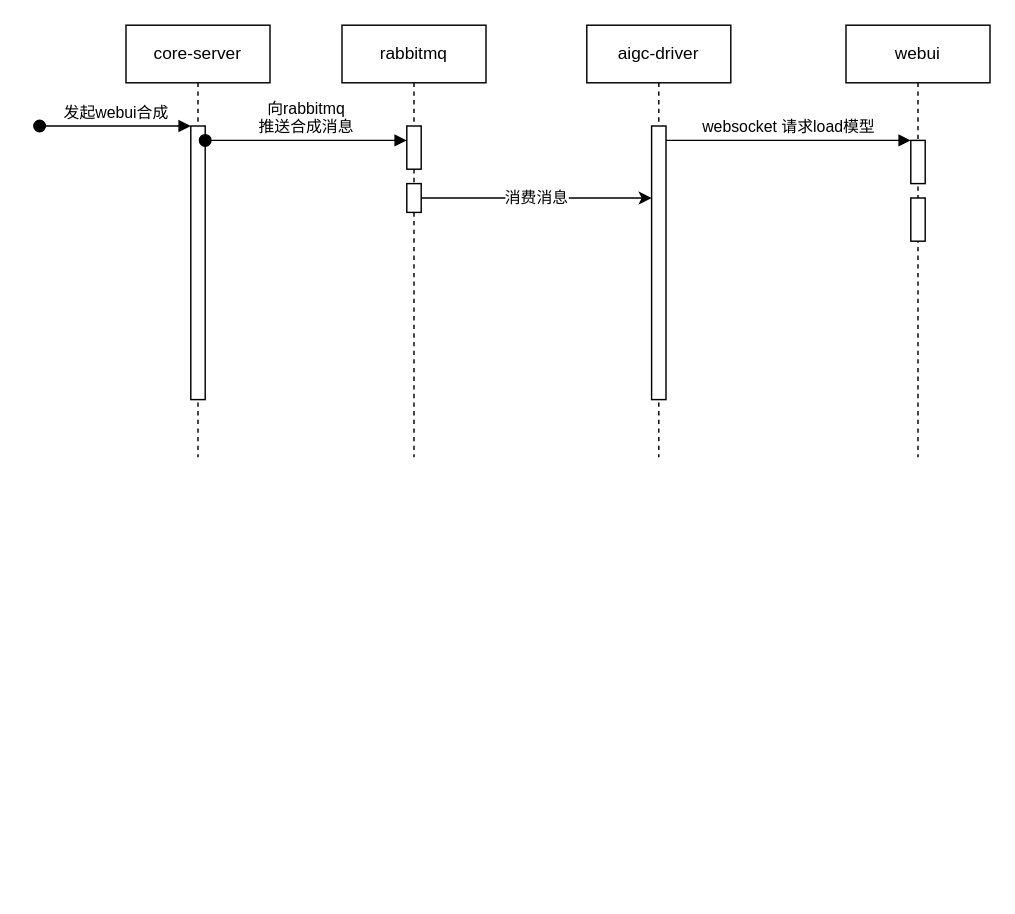
milletzhu/datasource keeps this draw.io diagram as aigc-driver-webui.drawio. Above is the earlier version. Source tidied: cells renumbered, new cells numbered last; positions are measured from the earlier drawing's top-left corner, leaving out a move shared by most shapes. Both pictures are drawn from the tidied source at 144%, with x=0, y=0 at pixel (39, 24).
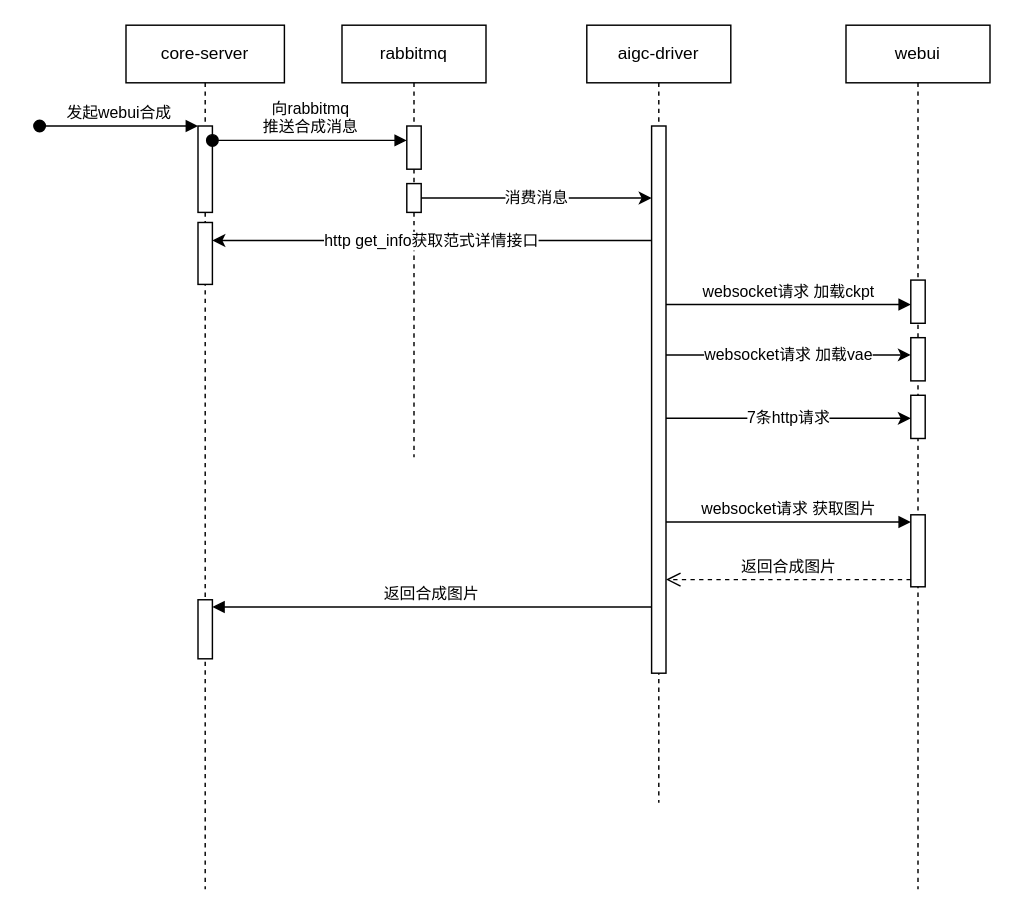
The same page after the edit.

Change to the diagram source:
```diff
@@
     <mxCell id="2" value="aigc-driver" style="shape=umlLifeline;perimeter=lifelinePerimeter;whiteSpace=wrap;html=1;newEdgeStyle={&quot;edgeStyle&quot;:&quot;elbowEdgeStyle&quot;,&quot;elbow&quot;:&quot;vertical&quot;,&quot;curved&quot;:0,&quot;rounded&quot;:0};" parent="1" vertex="1">
-      <mxGeometry x="380" width="100" height="300" as="geometry" />
+      <mxGeometry x="380" width="100" height="540" as="geometry" />
     </mxCell>
     <mxCell id="3" style="html=1;points=[];perimeter=orthogonalPerimeter;outlineConnect=0;targetShapes=umlLifeline;portConstraint=eastwest;newEdgeStyle={&quot;edgeStyle&quot;:&quot;elbowEdgeStyle&quot;,&quot;elbow&quot;:&quot;vertical&quot;,&quot;curved&quot;:0,&quot;rounded&quot;:0};" parent="2" vertex="1">
-      <mxGeometry x="45" y="70" width="10" height="190" as="geometry" />
+      <mxGeometry x="45" y="70" width="10" height="380" as="geometry" />
     </mxCell>
     <mxCell id="4" value="webui" style="shape=umlLifeline;perimeter=lifelinePerimeter;whiteSpace=wrap;html=1;newEdgeStyle={&quot;edgeStyle&quot;:&quot;elbowEdgeStyle&quot;,&quot;elbow&quot;:&quot;vertical&quot;,&quot;curved&quot;:0,&quot;rounded&quot;:0};" parent="1" vertex="1">
-      <mxGeometry x="560" width="100" height="300" as="geometry" />
+      <mxGeometry x="560" width="100" height="600" as="geometry" />
     </mxCell>
     <mxCell id="5" style="html=1;points=[];perimeter=orthogonalPerimeter;outlineConnect=0;targetShapes=umlLifeline;portConstraint=eastwest;newEdgeStyle={&quot;edgeStyle&quot;:&quot;elbowEdgeStyle&quot;,&quot;elbow&quot;:&quot;vertical&quot;,&quot;curved&quot;:0,&quot;rounded&quot;:0};" parent="4" vertex="1">
-      <mxGeometry x="45" y="80" width="10" height="30" as="geometry" />
+      <mxGeometry x="45" y="177" width="10" height="30" as="geometry" />
     </mxCell>
     <mxCell id="6" style="html=1;perimeter=orthogonalPerimeter;targetShapes=umlLifeline;newEdgeStyle={&quot;edgeStyle&quot;:&quot;elbowEdgeStyle&quot;,&quot;elbow&quot;:&quot;vertical&quot;,&quot;curved&quot;:0,&quot;rounded&quot;:0};" parent="4" vertex="1">
-      <mxGeometry x="45" y="120" width="10" height="30" as="geometry" />
+      <mxGeometry x="45" y="217" width="10" height="30" as="geometry" />
     </mxCell>
+    <mxCell id="16" style="html=1;perimeter=orthogonalPerimeter;targetShapes=umlLifeline;newEdgeStyle={&quot;edgeStyle&quot;:&quot;elbowEdgeStyle&quot;,&quot;elbow&quot;:&quot;vertical&quot;,&quot;curved&quot;:0,&quot;rounded&quot;:0};" parent="4" vertex="1">
+      <mxGeometry x="45" y="257" width="10" height="30" as="geometry" />
+    </mxCell>
+    <mxCell id="17" style="html=1;points=[[0,0,0,0,5],[0,1,0,0,-5],[1,0,0,0,5],[1,1,0,0,-5]];perimeter=orthogonalPerimeter;outlineConnect=0;targetShapes=umlLifeline;portConstraint=eastwest;newEdgeStyle={&quot;curved&quot;:0,&quot;rounded&quot;:0};" parent="4" vertex="1">
+      <mxGeometry x="45" y="340" width="10" height="50" as="geometry" />
+    </mxCell>
-    <mxCell id="7" value="websocket 请求load模型" style="html=1;verticalAlign=bottom;endArrow=block;edgeStyle=elbowEdgeStyle;elbow=vertical;curved=0;rounded=0;" parent="1" edge="1" source="3" target="5">
+    <mxCell id="7" value="websocket请求 加载ckpt" style="html=1;verticalAlign=bottom;endArrow=block;edgeStyle=elbowEdgeStyle;elbow=vertical;curved=0;rounded=0;" parent="1" edge="1">
       <mxGeometry relative="1" as="geometry">
+        <mxPoint x="435" y="194" as="sourcePoint" />
+        <mxPoint x="605" y="194" as="targetPoint" />
         <Array as="points">
-          <mxPoint x="520" y="80" />
+          <mxPoint x="520" y="194" />
         </Array>
       </mxGeometry>
     </mxCell>
@@
     <mxCell id="11" value="core-server" style="shape=umlLifeline;perimeter=lifelinePerimeter;whiteSpace=wrap;html=1;newEdgeStyle={&quot;edgeStyle&quot;:&quot;elbowEdgeStyle&quot;,&quot;elbow&quot;:&quot;vertical&quot;,&quot;curved&quot;:0,&quot;rounded&quot;:0};" parent="1" vertex="1">
-      <mxGeometry x="60" width="100" height="300" as="geometry" />
+      <mxGeometry x="60" width="110" height="600" as="geometry" />
     </mxCell>
     <mxCell id="12" style="html=1;points=[];perimeter=orthogonalPerimeter;outlineConnect=0;targetShapes=umlLifeline;portConstraint=eastwest;newEdgeStyle={&quot;edgeStyle&quot;:&quot;elbowEdgeStyle&quot;,&quot;elbow&quot;:&quot;vertical&quot;,&quot;curved&quot;:0,&quot;rounded&quot;:0};" parent="11" vertex="1">
-      <mxGeometry x="45" y="70" width="10" height="190" as="geometry" />
+      <mxGeometry x="50" y="70" width="10" height="60" as="geometry" />
     </mxCell>
@@
+    <mxCell id="18" style="html=1;points=[[0,0,0,0,5],[0,1,0,0,-5],[1,0,0,0,5],[1,1,0,0,-5]];perimeter=orthogonalPerimeter;outlineConnect=0;targetShapes=umlLifeline;portConstraint=eastwest;newEdgeStyle={&quot;curved&quot;:0,&quot;rounded&quot;:0};" parent="11" vertex="1">
+      <mxGeometry x="50" y="137" width="10" height="43" as="geometry" />
+    </mxCell>
+    <mxCell id="19" style="html=1;points=[[0,0,0,0,5],[0,1,0,0,-5],[1,0,0,0,5],[1,1,0,0,-5]];perimeter=orthogonalPerimeter;outlineConnect=0;targetShapes=umlLifeline;portConstraint=eastwest;newEdgeStyle={&quot;curved&quot;:0,&quot;rounded&quot;:0};" parent="11" vertex="1">
+      <mxGeometry x="50" y="399" width="10" height="41" as="geometry" />
+    </mxCell>
-    <mxCell id="14" value="向rabbitmq&lt;br&gt;推送合成消息" style="html=1;verticalAlign=bottom;startArrow=oval;endArrow=block;startSize=8;edgeStyle=elbowEdgeStyle;elbow=vertical;curved=0;rounded=0;" parent="1" edge="1">
+    <mxCell id="14" value="向rabbitmq&lt;br&gt;推送合成消息" style="html=1;verticalAlign=bottom;startArrow=oval;endArrow=block;startSize=8;edgeStyle=elbowEdgeStyle;elbow=vertical;curved=0;rounded=0;" parent="1" edge="1" source="12">
       <mxGeometry relative="1" as="geometry">
-        <mxPoint x="115" y="80" as="sourcePoint" />
         <mxPoint x="255" y="80" as="targetPoint" />
       </mxGeometry>
     </mxCell>
@@
+    <mxCell id="20" value="websocket请求 加载vae" style="endArrow=classic;html=1;rounded=0;" parent="1" edge="1">
+      <mxGeometry relative="1" as="geometry">
+        <mxPoint x="435" y="229" as="sourcePoint" />
+        <mxPoint x="605" y="229" as="targetPoint" />
+      </mxGeometry>
+    </mxCell>
+    <mxCell id="21" value="7条http请求" style="endArrow=classic;html=1;rounded=0;" parent="1" edge="1">
+      <mxGeometry relative="1" as="geometry">
+        <mxPoint x="435" y="273" as="sourcePoint" />
+        <mxPoint x="605" y="273" as="targetPoint" />
+      </mxGeometry>
+    </mxCell>
+    <mxCell id="22" value="http get_info获取范式详情接口" style="endArrow=classic;html=1;rounded=0;" parent="1" edge="1" target="18">
+      <mxGeometry relative="1" as="geometry">
+        <mxPoint x="425" y="149.5" as="sourcePoint" />
+      </mxGeometry>
+    </mxCell>
+    <mxCell id="23" value="websocket请求 获取图片" style="html=1;verticalAlign=bottom;endArrow=block;curved=0;rounded=0;entryX=0;entryY=0;entryDx=0;entryDy=5;" parent="1" edge="1" source="3" target="17">
+      <mxGeometry relative="1" as="geometry" />
+    </mxCell>
+    <mxCell id="24" value="返回合成图片" style="html=1;verticalAlign=bottom;endArrow=open;dashed=1;endSize=8;curved=0;rounded=0;exitX=0;exitY=1;exitDx=0;exitDy=-5;" parent="1" edge="1" source="17" target="3">
+      <mxGeometry relative="1" as="geometry" />
+    </mxCell>
+    <mxCell id="25" value="返回合成图片" style="html=1;verticalAlign=bottom;endArrow=block;curved=0;rounded=0;entryX=1;entryY=0;entryDx=0;entryDy=5;" parent="1" edge="1" target="19">
+      <mxGeometry relative="1" as="geometry">
+        <mxPoint x="425" y="404" as="sourcePoint" />
+      </mxGeometry>
+    </mxCell>
```
